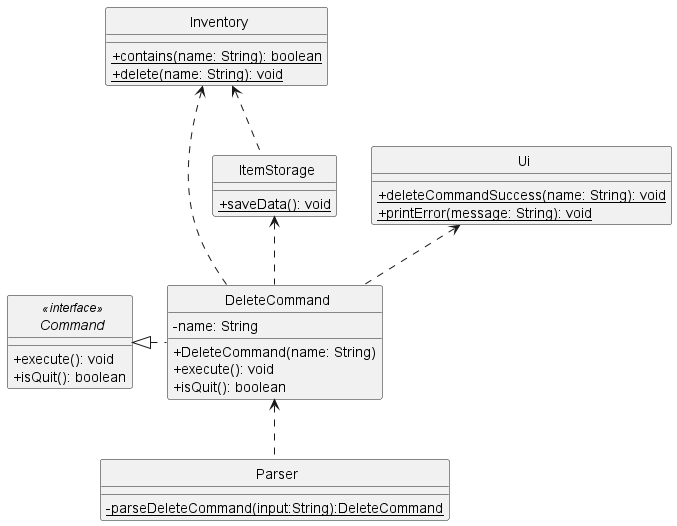
rismm/tp keeps this PlantUML diagram as docs/uml-diagrams/DeleteCommandClass.png. Above is the earlier version.
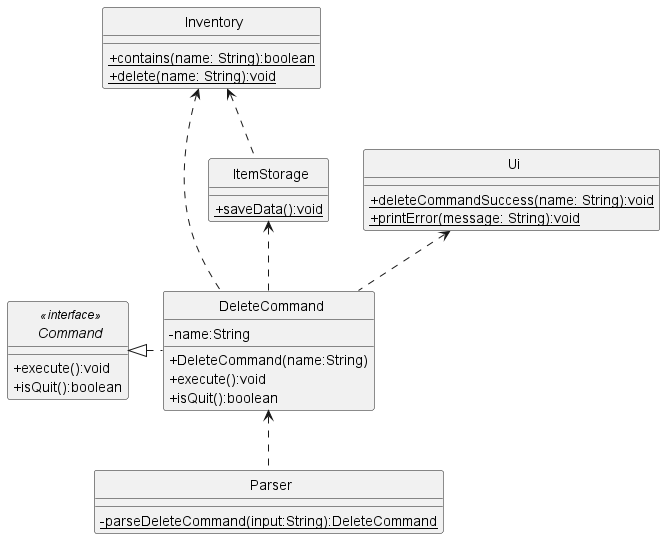
Later version of the same file.

What changed in the source:
```diff
@@ -18,29 +18,29 @@
 Ui <.. DeleteCommand
 
 interface Command <<interface>> {
-    + execute(): void
-    + isQuit(): boolean
+    + execute():void
+    + isQuit():boolean
 }
 
 class DeleteCommand {
-    - name: String
-    + DeleteCommand(name: String)
-    + execute(): void
-    + isQuit(): boolean
+    - name:String
+    + DeleteCommand(name:String)
+    + execute():void
+    + isQuit():boolean
 }
 
 class Inventory {
-    {static} + contains(name: String): boolean
-    {static} + delete(name: String): void
+    {static} + contains(name: String):boolean
+    {static} + delete(name: String):void
 }
 
 class ItemStorage {
-    {static} + saveData(): void
+    {static} + saveData():void
 }
 
 class Ui {
-    {static} + deleteCommandSuccess(name: String): void
-    {static} + printError(message: String): void
+    {static} + deleteCommandSuccess(name: String):void
+    {static} + printError(message: String):void
 }
 
 class Parser {
```
